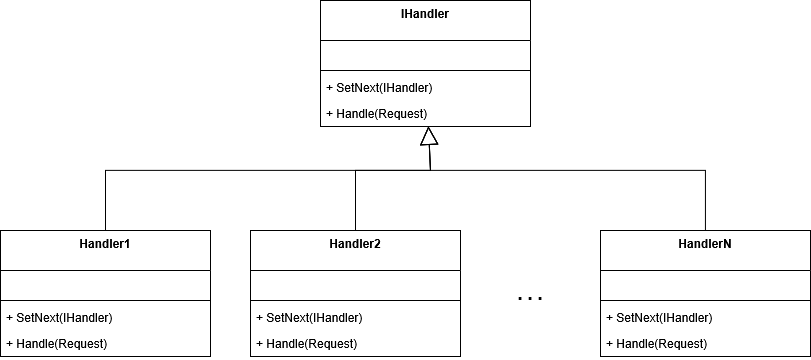
Earlier version of the draw.io export behaviour/resources/chain_of_responsibility_components.drawio.png (devgalop/design-patterns-csharp). Source tidied: cells renumbered, new cells last; positions are measured from the earlier drawing's top-left corner, leaving out a move shared by most shapes. The source it was exported from:
```xml
<mxGraphModel>
  <root>
    <mxCell id="0" />
    <mxCell id="1" parent="0" />
    <mxCell id="2" value="Handler1" style="swimlane;fontStyle=1;align=center;verticalAlign=top;horizontal=1;startSize=40;whiteSpace=wrap;html=1;" parent="1" vertex="1">
      <mxGeometry y="230" width="210" height="126" as="geometry" />
    </mxCell>
    <mxCell id="3" value="&amp;nbsp;" style="text;strokeColor=none;fillColor=none;align=left;verticalAlign=top;spacingLeft=4;spacingRight=4;overflow=hidden;whiteSpace=wrap;html=1;" parent="2" vertex="1">
      <mxGeometry y="40" width="210" height="26" as="geometry" />
    </mxCell>
    <mxCell id="4" style="line;strokeWidth=1;fillColor=none;align=left;verticalAlign=middle;spacingTop=-1;spacingLeft=3;spacingRight=3;labelPosition=right;strokeColor=inherit;" parent="2" vertex="1">
      <mxGeometry y="66" width="210" height="8" as="geometry" />
    </mxCell>
    <mxCell id="5" value="&lt;div&gt;+ SetNext(IHandler)&lt;/div&gt;" style="text;strokeColor=none;fillColor=none;align=left;verticalAlign=top;spacingLeft=4;spacingRight=4;overflow=hidden;whiteSpace=wrap;html=1;" parent="2" vertex="1">
      <mxGeometry y="74" width="210" height="26" as="geometry" />
    </mxCell>
    <mxCell id="6" value="&lt;div&gt;+ Handle(Request)&lt;/div&gt;" style="text;strokeColor=none;fillColor=none;align=left;verticalAlign=top;spacingLeft=4;spacingRight=4;overflow=hidden;whiteSpace=wrap;html=1;" parent="2" vertex="1">
      <mxGeometry y="100" width="210" height="26" as="geometry" />
    </mxCell>
    <mxCell id="7" value="IHandler" style="swimlane;fontStyle=1;align=center;verticalAlign=top;horizontal=1;startSize=40;whiteSpace=wrap;html=1;" parent="1" vertex="1">
      <mxGeometry x="320" width="210" height="126" as="geometry" />
    </mxCell>
    <mxCell id="8" value="&amp;nbsp;" style="text;strokeColor=none;fillColor=none;align=left;verticalAlign=top;spacingLeft=4;spacingRight=4;overflow=hidden;whiteSpace=wrap;html=1;" parent="7" vertex="1">
      <mxGeometry y="40" width="210" height="26" as="geometry" />
    </mxCell>
    <mxCell id="9" style="line;strokeWidth=1;fillColor=none;align=left;verticalAlign=middle;spacingTop=-1;spacingLeft=3;spacingRight=3;labelPosition=right;strokeColor=inherit;" parent="7" vertex="1">
      <mxGeometry y="66" width="210" height="8" as="geometry" />
    </mxCell>
    <mxCell id="10" value="+ SetNext(IHandler)" style="text;strokeColor=none;fillColor=none;align=left;verticalAlign=top;spacingLeft=4;spacingRight=4;overflow=hidden;whiteSpace=wrap;html=1;" parent="7" vertex="1">
      <mxGeometry y="74" width="210" height="26" as="geometry" />
    </mxCell>
    <mxCell id="11" value="+ Handle(Request)" style="text;strokeColor=none;fillColor=none;align=left;verticalAlign=top;spacingLeft=4;spacingRight=4;overflow=hidden;whiteSpace=wrap;html=1;" parent="7" vertex="1">
      <mxGeometry y="100" width="210" height="26" as="geometry" />
    </mxCell>
    <mxCell id="12" style="endArrow=block;endSize=16;endFill=0;html=1;rounded=0;" parent="1" edge="1" source="19" target="7">
      <mxGeometry relative="1" as="geometry">
        <Array as="points">
          <mxPoint x="705" y="170" />
          <mxPoint x="430" y="170" />
        </Array>
      </mxGeometry>
    </mxCell>
    <mxCell id="13" style="endArrow=block;endSize=16;endFill=0;html=1;rounded=0;" parent="1" edge="1" source="2" target="7">
      <mxGeometry relative="1" as="geometry">
        <Array as="points">
          <mxPoint x="105" y="170" />
          <mxPoint x="430" y="170" />
        </Array>
      </mxGeometry>
    </mxCell>
    <mxCell id="14" value="Handler2" style="swimlane;fontStyle=1;align=center;verticalAlign=top;horizontal=1;startSize=40;whiteSpace=wrap;html=1;" parent="1" vertex="1">
      <mxGeometry x="250" y="230" width="210" height="126" as="geometry" />
    </mxCell>
    <mxCell id="15" value="&amp;nbsp;" style="text;strokeColor=none;fillColor=none;align=left;verticalAlign=top;spacingLeft=4;spacingRight=4;overflow=hidden;whiteSpace=wrap;html=1;" parent="14" vertex="1">
      <mxGeometry y="40" width="210" height="26" as="geometry" />
    </mxCell>
    <mxCell id="16" style="line;strokeWidth=1;fillColor=none;align=left;verticalAlign=middle;spacingTop=-1;spacingLeft=3;spacingRight=3;labelPosition=right;strokeColor=inherit;" parent="14" vertex="1">
      <mxGeometry y="66" width="210" height="8" as="geometry" />
    </mxCell>
    <mxCell id="17" value="&lt;div&gt;+ SetNext(IHandler)&lt;/div&gt;" style="text;strokeColor=none;fillColor=none;align=left;verticalAlign=top;spacingLeft=4;spacingRight=4;overflow=hidden;whiteSpace=wrap;html=1;" parent="14" vertex="1">
      <mxGeometry y="74" width="210" height="26" as="geometry" />
    </mxCell>
    <mxCell id="18" value="&lt;div&gt;+ Handle(Request)&lt;/div&gt;" style="text;strokeColor=none;fillColor=none;align=left;verticalAlign=top;spacingLeft=4;spacingRight=4;overflow=hidden;whiteSpace=wrap;html=1;" parent="14" vertex="1">
      <mxGeometry y="100" width="210" height="26" as="geometry" />
    </mxCell>
    <mxCell id="19" value="HandlerN" style="swimlane;fontStyle=1;align=center;verticalAlign=top;horizontal=1;startSize=40;whiteSpace=wrap;html=1;" parent="1" vertex="1">
      <mxGeometry x="600" y="230" width="210" height="126" as="geometry" />
    </mxCell>
    <mxCell id="20" value="&amp;nbsp;" style="text;strokeColor=none;fillColor=none;align=left;verticalAlign=top;spacingLeft=4;spacingRight=4;overflow=hidden;whiteSpace=wrap;html=1;" parent="19" vertex="1">
      <mxGeometry y="40" width="210" height="26" as="geometry" />
    </mxCell>
    <mxCell id="21" style="line;strokeWidth=1;fillColor=none;align=left;verticalAlign=middle;spacingTop=-1;spacingLeft=3;spacingRight=3;labelPosition=right;strokeColor=inherit;" parent="19" vertex="1">
      <mxGeometry y="66" width="210" height="8" as="geometry" />
    </mxCell>
    <mxCell id="22" value="&lt;div&gt;+ SetNext(IHandler)&lt;/div&gt;" style="text;strokeColor=none;fillColor=none;align=left;verticalAlign=top;spacingLeft=4;spacingRight=4;overflow=hidden;whiteSpace=wrap;html=1;" parent="19" vertex="1">
      <mxGeometry y="74" width="210" height="26" as="geometry" />
    </mxCell>
    <mxCell id="23" value="&lt;div&gt;+ Handle(Request)&lt;/div&gt;" style="text;strokeColor=none;fillColor=none;align=left;verticalAlign=top;spacingLeft=4;spacingRight=4;overflow=hidden;whiteSpace=wrap;html=1;" parent="19" vertex="1">
      <mxGeometry y="100" width="210" height="26" as="geometry" />
    </mxCell>
    <mxCell id="24" style="endArrow=block;endSize=16;endFill=0;html=1;rounded=0;" parent="1" edge="1" source="14" target="7">
      <mxGeometry relative="1" as="geometry">
        <Array as="points">
          <mxPoint x="355" y="170" />
          <mxPoint x="430" y="170" />
        </Array>
      </mxGeometry>
    </mxCell>
    <mxCell id="25" value="&lt;b&gt;&lt;font style=&quot;font-size: 18px;&quot;&gt;. . .&lt;/font&gt;&lt;/b&gt;" style="text;html=1;whiteSpace=wrap;strokeColor=none;fillColor=none;align=center;verticalAlign=middle;rounded=0;" parent="1" vertex="1">
      <mxGeometry x="500" y="278" width="60" height="30" as="geometry" />
    </mxCell>
  </root>
</mxGraphModel>
```
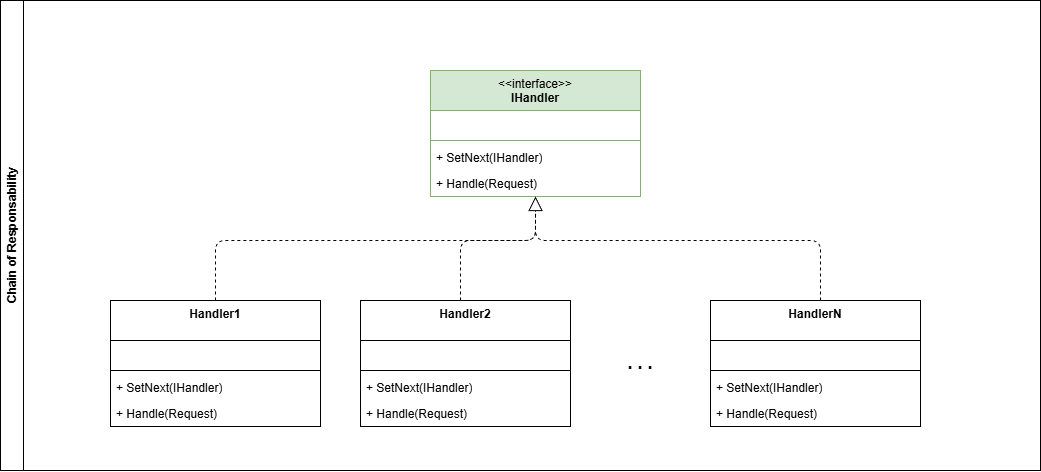
Above is the later version.

What changed in the source:
```diff
@@ -1,9 +1,12 @@
-<mxGraphModel>
+<mxGraphModel background="#ffffff">
   <root>
     <mxCell id="0" />
     <mxCell id="1" parent="0" />
+    <mxCell id="26" value="Chain of Responsability" style="swimlane;horizontal=0;whiteSpace=wrap;html=1;" parent="1" vertex="1">
+      <mxGeometry x="-170" y="-30" width="1040" height="470" as="geometry" />
+    </mxCell>
-    <mxCell id="2" value="Handler1" style="swimlane;fontStyle=1;align=center;verticalAlign=top;horizontal=1;startSize=40;whiteSpace=wrap;html=1;" parent="1" vertex="1">
-      <mxGeometry y="230" width="210" height="126" as="geometry" />
+    <mxCell id="2" value="Handler1" style="swimlane;fontStyle=1;align=center;verticalAlign=top;horizontal=1;startSize=40;whiteSpace=wrap;html=1;" parent="26" vertex="1">
+      <mxGeometry x="110" y="300" width="210" height="126" as="geometry" />
     </mxCell>
     <mxCell id="3" value="&amp;nbsp;" style="text;strokeColor=none;fillColor=none;align=left;verticalAlign=top;spacingLeft=4;spacingRight=4;overflow=hidden;whiteSpace=wrap;html=1;" parent="2" vertex="1">
       <mxGeometry y="40" width="210" height="26" as="geometry" />
@@ -17,8 +20,8 @@
     <mxCell id="6" value="&lt;div&gt;+ Handle(Request)&lt;/div&gt;" style="text;strokeColor=none;fillColor=none;align=left;verticalAlign=top;spacingLeft=4;spacingRight=4;overflow=hidden;whiteSpace=wrap;html=1;" parent="2" vertex="1">
       <mxGeometry y="100" width="210" height="26" as="geometry" />
     </mxCell>
-    <mxCell id="7" value="IHandler" style="swimlane;fontStyle=1;align=center;verticalAlign=top;horizontal=1;startSize=40;whiteSpace=wrap;html=1;" parent="1" vertex="1">
-      <mxGeometry x="320" width="210" height="126" as="geometry" />
+    <mxCell id="7" value="&lt;span style=&quot;font-weight: normal;&quot;&gt;&amp;lt;&amp;lt;interface&amp;gt;&amp;gt;&lt;/span&gt;&lt;br&gt;IHandler" style="swimlane;fontStyle=1;align=center;verticalAlign=top;horizontal=1;startSize=40;whiteSpace=wrap;html=1;fillColor=#d5e8d4;strokeColor=#82b366;" parent="26" vertex="1">
+      <mxGeometry x="430" y="70" width="210" height="126" as="geometry" />
     </mxCell>
     <mxCell id="8" value="&amp;nbsp;" style="text;strokeColor=none;fillColor=none;align=left;verticalAlign=top;spacingLeft=4;spacingRight=4;overflow=hidden;whiteSpace=wrap;html=1;" parent="7" vertex="1">
       <mxGeometry y="40" width="210" height="26" as="geometry" />
@@ -32,24 +35,8 @@
     <mxCell id="11" value="+ Handle(Request)" style="text;strokeColor=none;fillColor=none;align=left;verticalAlign=top;spacingLeft=4;spacingRight=4;overflow=hidden;whiteSpace=wrap;html=1;" parent="7" vertex="1">
       <mxGeometry y="100" width="210" height="26" as="geometry" />
     </mxCell>
-    <mxCell id="12" style="endArrow=block;endSize=16;endFill=0;html=1;rounded=0;" parent="1" edge="1" source="19" target="7">
-      <mxGeometry relative="1" as="geometry">
-        <Array as="points">
-          <mxPoint x="705" y="170" />
-          <mxPoint x="430" y="170" />
-        </Array>
-      </mxGeometry>
-    </mxCell>
-    <mxCell id="13" style="endArrow=block;endSize=16;endFill=0;html=1;rounded=0;" parent="1" edge="1" source="2" target="7">
-      <mxGeometry relative="1" as="geometry">
-        <Array as="points">
-          <mxPoint x="105" y="170" />
-          <mxPoint x="430" y="170" />
-        </Array>
-      </mxGeometry>
-    </mxCell>
-    <mxCell id="14" value="Handler2" style="swimlane;fontStyle=1;align=center;verticalAlign=top;horizontal=1;startSize=40;whiteSpace=wrap;html=1;" parent="1" vertex="1">
-      <mxGeometry x="250" y="230" width="210" height="126" as="geometry" />
+    <mxCell id="14" value="Handler2" style="swimlane;fontStyle=1;align=center;verticalAlign=top;horizontal=1;startSize=40;whiteSpace=wrap;html=1;" parent="26" vertex="1">
+      <mxGeometry x="360" y="300" width="210" height="126" as="geometry" />
     </mxCell>
     <mxCell id="15" value="&amp;nbsp;" style="text;strokeColor=none;fillColor=none;align=left;verticalAlign=top;spacingLeft=4;spacingRight=4;overflow=hidden;whiteSpace=wrap;html=1;" parent="14" vertex="1">
       <mxGeometry y="40" width="210" height="26" as="geometry" />
@@ -63,8 +50,8 @@
     <mxCell id="18" value="&lt;div&gt;+ Handle(Request)&lt;/div&gt;" style="text;strokeColor=none;fillColor=none;align=left;verticalAlign=top;spacingLeft=4;spacingRight=4;overflow=hidden;whiteSpace=wrap;html=1;" parent="14" vertex="1">
       <mxGeometry y="100" width="210" height="26" as="geometry" />
     </mxCell>
-    <mxCell id="19" value="HandlerN" style="swimlane;fontStyle=1;align=center;verticalAlign=top;horizontal=1;startSize=40;whiteSpace=wrap;html=1;" parent="1" vertex="1">
-      <mxGeometry x="600" y="230" width="210" height="126" as="geometry" />
+    <mxCell id="19" value="HandlerN" style="swimlane;fontStyle=1;align=center;verticalAlign=top;horizontal=1;startSize=40;whiteSpace=wrap;html=1;" parent="26" vertex="1">
+      <mxGeometry x="710" y="300" width="210" height="126" as="geometry" />
     </mxCell>
     <mxCell id="20" value="&amp;nbsp;" style="text;strokeColor=none;fillColor=none;align=left;verticalAlign=top;spacingLeft=4;spacingRight=4;overflow=hidden;whiteSpace=wrap;html=1;" parent="19" vertex="1">
       <mxGeometry y="40" width="210" height="26" as="geometry" />
@@ -78,16 +65,32 @@
     <mxCell id="23" value="&lt;div&gt;+ Handle(Request)&lt;/div&gt;" style="text;strokeColor=none;fillColor=none;align=left;verticalAlign=top;spacingLeft=4;spacingRight=4;overflow=hidden;whiteSpace=wrap;html=1;" parent="19" vertex="1">
       <mxGeometry y="100" width="210" height="26" as="geometry" />
     </mxCell>
+    <mxCell id="25" value="&lt;b&gt;&lt;font style=&quot;font-size: 18px;&quot;&gt;. . .&lt;/font&gt;&lt;/b&gt;" style="text;html=1;whiteSpace=wrap;strokeColor=none;fillColor=none;align=center;verticalAlign=middle;rounded=0;" parent="26" vertex="1">
+      <mxGeometry x="610" y="348" width="60" height="30" as="geometry" />
+    </mxCell>
+    <mxCell id="13" style="endArrow=block;dashed=1;endFill=0;endSize=12;html=1;edgeStyle=orthogonalEdgeStyle;" parent="26" edge="1" source="2" target="7">
+      <mxGeometry relative="1" as="geometry">
+        <Array as="points">
+          <mxPoint x="215" y="240" />
+          <mxPoint x="535" y="240" />
+        </Array>
+      </mxGeometry>
+    </mxCell>
-    <mxCell id="24" style="endArrow=block;endSize=16;endFill=0;html=1;rounded=0;" parent="1" edge="1" source="14" target="7">
+    <mxCell id="24" style="endArrow=block;dashed=1;endFill=0;endSize=12;html=1;edgeStyle=orthogonalEdgeStyle;" parent="26" edge="1" source="14" target="7">
       <mxGeometry relative="1" as="geometry">
         <Array as="points">
-          <mxPoint x="355" y="170" />
-          <mxPoint x="430" y="170" />
+          <mxPoint x="460" y="240" />
+          <mxPoint x="535" y="240" />
         </Array>
       </mxGeometry>
     </mxCell>
-    <mxCell id="25" value="&lt;b&gt;&lt;font style=&quot;font-size: 18px;&quot;&gt;. . .&lt;/font&gt;&lt;/b&gt;" style="text;html=1;whiteSpace=wrap;strokeColor=none;fillColor=none;align=center;verticalAlign=middle;rounded=0;" parent="1" vertex="1">
-      <mxGeometry x="500" y="278" width="60" height="30" as="geometry" />
-    </mxCell>
+    <mxCell id="12" style="endArrow=block;dashed=1;endFill=0;endSize=12;html=1;edgeStyle=orthogonalEdgeStyle;" parent="26" edge="1" source="19" target="7">
+      <mxGeometry relative="1" as="geometry">
+        <Array as="points">
+          <mxPoint x="820" y="240" />
+          <mxPoint x="535" y="240" />
+        </Array>
+      </mxGeometry>
+    </mxCell>
   </root>
 </mxGraphModel>
```
